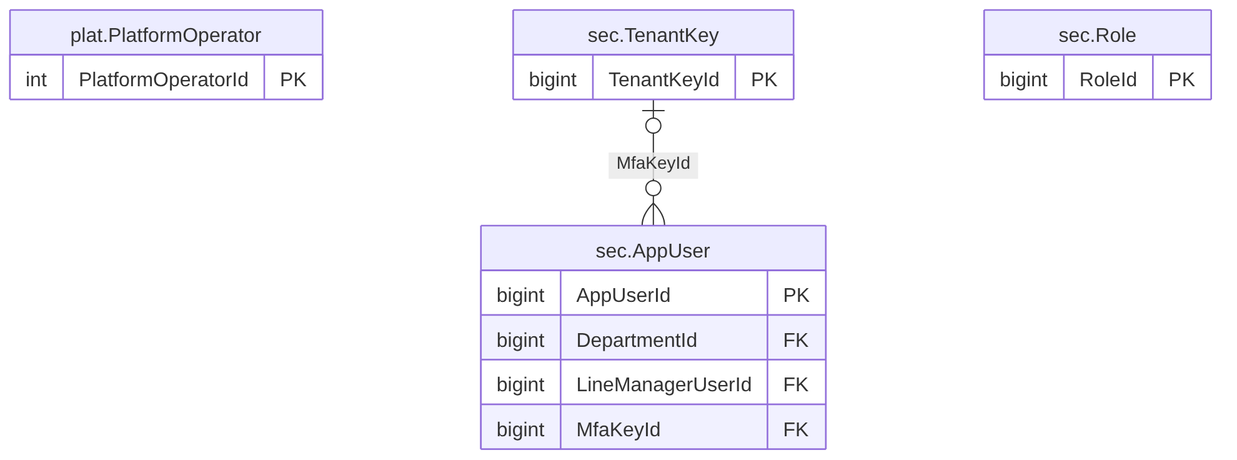
Above: treasury-platform/docs/diagrams/erd/core_tenancy_2.png in thawrasy/smartlines (Mermaid), before the change. Its source is kept beside it as treasury-platform/docs/diagrams/erd/core_tenancy_2.mmd. Its diagram source:
```mermaid
erDiagram
  plat_PlatformOperator["plat.PlatformOperator"] {
    int PlatformOperatorId PK
  }
  sec_TenantKey["sec.TenantKey"] {
    bigint TenantKeyId PK
  }
  sec_AppUser["sec.AppUser"] {
    bigint AppUserId PK
    bigint DepartmentId FK
    bigint LineManagerUserId FK
    bigint MfaKeyId FK
  }
  sec_Role["sec.Role"] {
    bigint RoleId PK
  }
  sec_TenantKey |o--o{ sec_AppUser : "MfaKeyId"
```
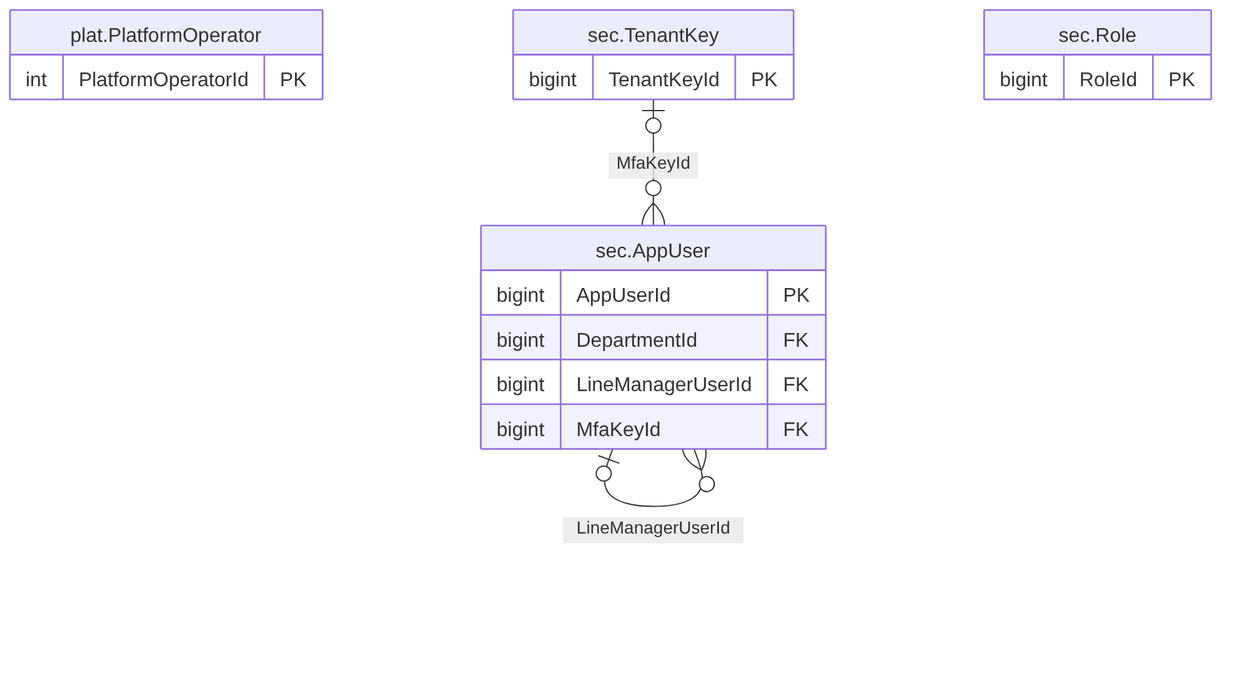
After the commit.

What changed in the source:
```diff
@@ -14,4 +14,5 @@
   sec_Role["sec.Role"] {
     bigint RoleId PK
   }
+  sec_AppUser |o--o{ sec_AppUser : "LineManagerUserId"
   sec_TenantKey |o--o{ sec_AppUser : "MfaKeyId"
```
